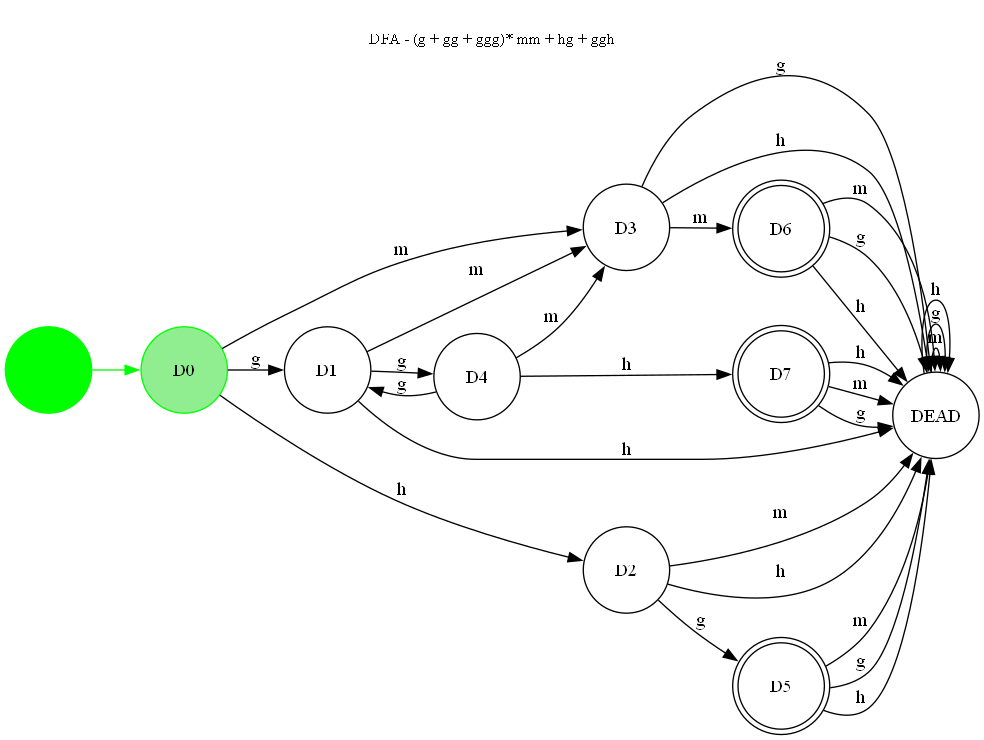
This is dfa.png from Sharaiz333/Finite_automata_Project, a Graphviz export, as it was before one commit. Its source is kept beside it as dfa.dot.
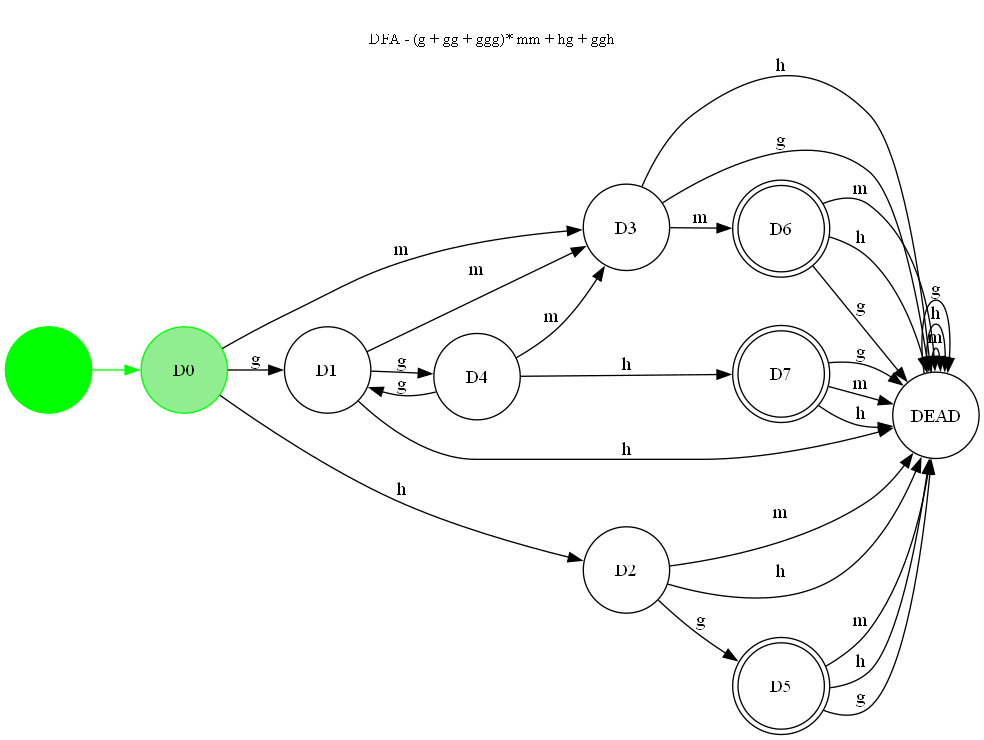
After the change.

Diff of the diagram source:
```diff
@@ -4,36 +4,36 @@
   start [shape=point, color=green];
 D0 [color=green, style=filled, fillcolor=lightgreen];
 D7 [peripheries=2];
+D6 [peripheries=2];
 D5 [peripheries=2];
-D6 [peripheries=2];
   start -> D0 [color=green];
   D4 -> D3 [label="m"];
+  D4 -> D7 [label="h"];
   D4 -> D1 [label="g"];
-  D4 -> D7 [label="h"];
   D5 -> DEAD [label="m"];
+  D5 -> DEAD [label="h"];
   D5 -> DEAD [label="g"];
-  D5 -> DEAD [label="h"];
   D6 -> DEAD [label="m"];
+  D6 -> DEAD [label="h"];
   D6 -> DEAD [label="g"];
-  D6 -> DEAD [label="h"];
   D7 -> DEAD [label="m"];
+  D7 -> DEAD [label="h"];
   D7 -> DEAD [label="g"];
-  D7 -> DEAD [label="h"];
   DEAD -> DEAD [label="m"];
+  DEAD -> DEAD [label="h"];
   DEAD -> DEAD [label="g"];
-  DEAD -> DEAD [label="h"];
   D0 -> D3 [label="m"];
+  D0 -> D2 [label="h"];
   D0 -> D1 [label="g"];
-  D0 -> D2 [label="h"];
   D1 -> D3 [label="m"];
+  D1 -> DEAD [label="h"];
   D1 -> D4 [label="g"];
-  D1 -> DEAD [label="h"];
   D2 -> DEAD [label="m"];
+  D2 -> DEAD [label="h"];
   D2 -> D5 [label="g"];
-  D2 -> DEAD [label="h"];
   D3 -> D6 [label="m"];
+  D3 -> DEAD [label="h"];
   D3 -> DEAD [label="g"];
-  D3 -> DEAD [label="h"];
   label="\nDFA - (g + gg + ggg)* mm + hg + ggh";
   labelloc="t";
   fontsize=12;
```
